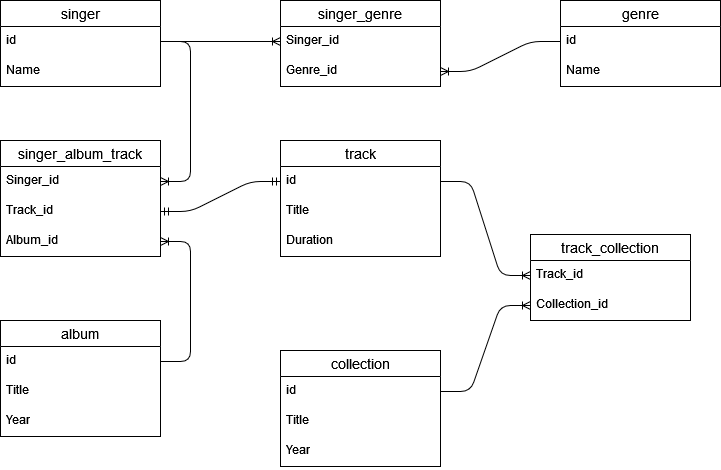
arhandreu/Postgre keeps this draw.io diagram as HW3.drawio.png. Above is the earlier version. Source tidied: cells renumbered, new cells last; positions are measured from the earlier drawing's top-left corner, leaving out a move shared by most shapes.
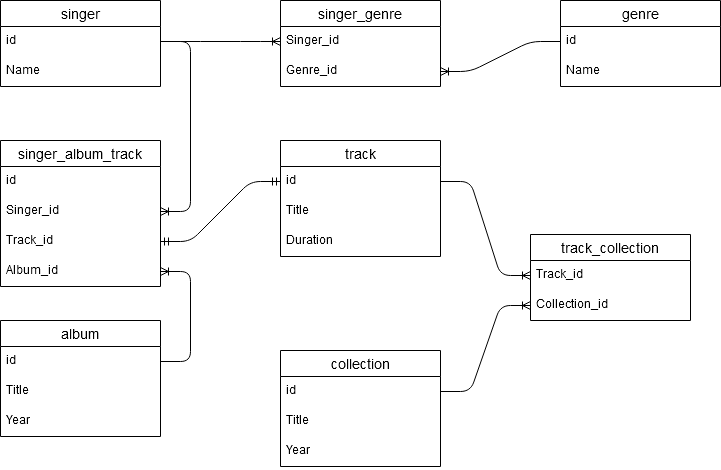
Above is the later version.

The edit, as a diff of the source:
```diff
@@ -66,16 +66,19 @@
       <mxGeometry y="56" width="160" height="30" as="geometry" />
     </mxCell>
     <mxCell id="23" value="singer_album_track" style="swimlane;fontStyle=0;horizontal=1;startSize=26;align=center;fontSize=14;" parent="1" vertex="1">
-      <mxGeometry y="140" width="160" height="116" as="geometry" />
+      <mxGeometry y="140" width="160" height="146" as="geometry" />
     </mxCell>
+    <mxCell id="37" value="id" style="text;strokeColor=none;fillColor=none;spacingLeft=4;spacingRight=4;overflow=hidden;fontSize=12;" parent="23" vertex="1">
+      <mxGeometry y="26" width="160" height="30" as="geometry" />
+    </mxCell>
     <mxCell id="24" value="Singer_id" style="text;strokeColor=none;fillColor=none;spacingLeft=4;spacingRight=4;overflow=hidden;points=[[0,0.5],[1,0.5]];portConstraint=eastwest;fontSize=12;" parent="23" vertex="1">
-      <mxGeometry y="26" width="160" height="30" as="geometry" />
+      <mxGeometry y="56" width="160" height="30" as="geometry" />
     </mxCell>
     <mxCell id="25" value="Track_id" style="text;strokeColor=none;fillColor=none;spacingLeft=4;spacingRight=4;overflow=hidden;points=[[0,0.5],[1,0.5]];portConstraint=eastwest;fontSize=12;" parent="23" vertex="1">
-      <mxGeometry y="56" width="160" height="30" as="geometry" />
+      <mxGeometry y="86" width="160" height="30" as="geometry" />
     </mxCell>
     <mxCell id="26" value="Album_id" style="text;strokeColor=none;fillColor=none;spacingLeft=4;spacingRight=4;overflow=hidden;points=[[0,0.5],[1,0.5]];portConstraint=eastwest;fontSize=12;" parent="23" vertex="1">
-      <mxGeometry y="86" width="160" height="30" as="geometry" />
+      <mxGeometry y="116" width="160" height="30" as="geometry" />
     </mxCell>
     <mxCell id="27" style="edgeStyle=entityRelationEdgeStyle;jettySize=auto;html=1;fontSize=12;endArrow=ERoneToMany;" parent="1" edge="1" source="3" target="21">
       <mxGeometry relative="1" as="geometry" />
```
